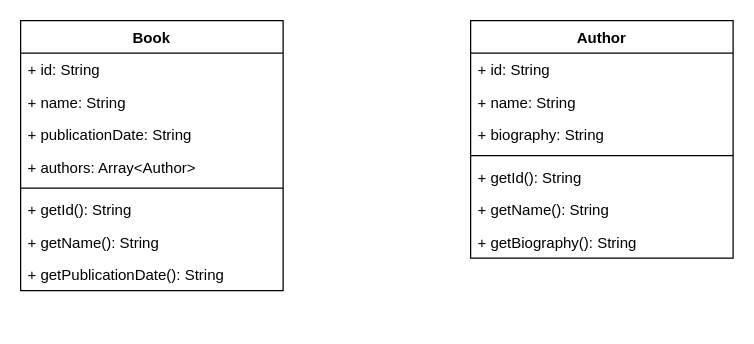
MarcoLopes389/learning-graphql keeps this draw.io diagram as docs/flows/models.drawio. Above is the earlier version. Source tidied: cells renumbered, new cells numbered last; positions are measured from the earlier drawing's top-left corner, leaving out a move shared by most shapes. Both pictures are drawn from the tidied source at 125%, with x=0, y=0 at pixel (20, 20).
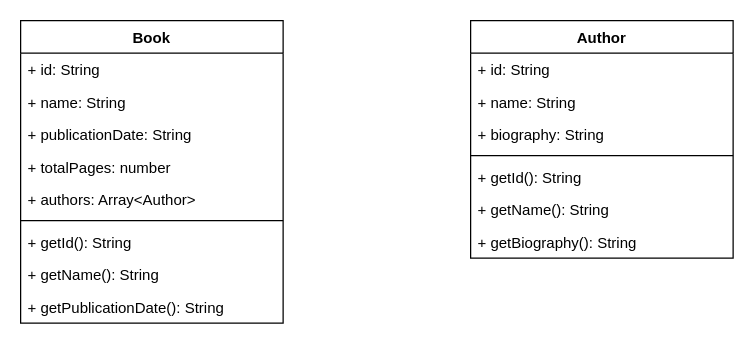
The same diagram, later.

What changed in the source:
```diff
@@
 <mxGraphModel>
   <root>
     <mxCell id="0" />
     <mxCell id="1" parent="0" />
     <mxCell id="2" value="Book" style="swimlane;fontStyle=1;align=center;verticalAlign=top;horizontal=1;startSize=26;" parent="1" vertex="1">
-      <mxGeometry width="210" height="216" as="geometry" />
+      <mxGeometry width="210" height="242" as="geometry" />
     </mxCell>
     <mxCell id="3" value="+ id: String" style="text;strokeColor=none;fillColor=none;align=left;verticalAlign=top;spacingLeft=4;spacingRight=4;overflow=hidden;" parent="2" vertex="1">
       <mxGeometry y="26" width="210" height="26" as="geometry" />
     </mxCell>
     <mxCell id="4" value="+ name: String" style="text;strokeColor=none;fillColor=none;align=left;verticalAlign=top;spacingLeft=4;spacingRight=4;overflow=hidden;" parent="2" vertex="1">
       <mxGeometry y="52" width="210" height="26" as="geometry" />
     </mxCell>
     <mxCell id="5" value="+ publicationDate: String" style="text;strokeColor=none;fillColor=none;align=left;verticalAlign=top;spacingLeft=4;spacingRight=4;overflow=hidden;" parent="2" vertex="1">
       <mxGeometry y="78" width="210" height="26" as="geometry" />
     </mxCell>
+    <mxCell id="19" value="+ totalPages: number" style="text;strokeColor=none;fillColor=none;align=left;verticalAlign=top;spacingLeft=4;spacingRight=4;overflow=hidden;" parent="2" vertex="1">
+      <mxGeometry y="104" width="210" height="26" as="geometry" />
+    </mxCell>
     <mxCell id="6" value="+ authors: Array&lt;Author&gt;" style="text;strokeColor=none;fillColor=none;align=left;verticalAlign=top;spacingLeft=4;spacingRight=4;overflow=hidden;" parent="2" vertex="1">
-      <mxGeometry y="104" width="210" height="26" as="geometry" />
+      <mxGeometry y="130" width="210" height="26" as="geometry" />
     </mxCell>
     <mxCell id="7" style="line;strokeWidth=1;fillColor=none;align=left;verticalAlign=middle;spacingTop=-1;spacingLeft=3;spacingRight=3;labelPosition=right;strokeColor=inherit;" parent="2" vertex="1">
-      <mxGeometry y="130" width="210" height="8" as="geometry" />
+      <mxGeometry y="156" width="210" height="8" as="geometry" />
     </mxCell>
     <mxCell id="8" value="+ getId(): String" style="text;strokeColor=none;fillColor=none;align=left;verticalAlign=top;spacingLeft=4;spacingRight=4;overflow=hidden;" parent="2" vertex="1">
-      <mxGeometry y="138" width="210" height="26" as="geometry" />
+      <mxGeometry y="164" width="210" height="26" as="geometry" />
     </mxCell>
     <mxCell id="9" value="+ getName(): String" style="text;strokeColor=none;fillColor=none;align=left;verticalAlign=top;spacingLeft=4;spacingRight=4;overflow=hidden;" parent="2" vertex="1">
-      <mxGeometry y="164" width="210" height="26" as="geometry" />
+      <mxGeometry y="190" width="210" height="26" as="geometry" />
     </mxCell>
     <mxCell id="10" value="+ getPublicationDate(): String" style="text;strokeColor=none;fillColor=none;align=left;verticalAlign=top;spacingLeft=4;spacingRight=4;overflow=hidden;" parent="2" vertex="1">
-      <mxGeometry y="190" width="210" height="26" as="geometry" />
+      <mxGeometry y="216" width="210" height="26" as="geometry" />
     </mxCell>
     <mxCell id="11" value="Author" style="swimlane;fontStyle=1;align=center;verticalAlign=top;horizontal=1;startSize=26;" parent="1" vertex="1">
       <mxGeometry x="360" width="210" height="190" as="geometry" />
     </mxCell>
     <mxCell id="12" value="+ id: String" style="text;strokeColor=none;fillColor=none;align=left;verticalAlign=top;spacingLeft=4;spacingRight=4;overflow=hidden;" parent="11" vertex="1">
       <mxGeometry y="26" width="210" height="26" as="geometry" />
     </mxCell>
     <mxCell id="13" value="+ name: String" style="text;strokeColor=none;fillColor=none;align=left;verticalAlign=top;spacingLeft=4;spacingRight=4;overflow=hidden;" parent="11" vertex="1">
       <mxGeometry y="52" width="210" height="26" as="geometry" />
     </mxCell>
     <mxCell id="14" value="+ biography: String" style="text;strokeColor=none;fillColor=none;align=left;verticalAlign=top;spacingLeft=4;spacingRight=4;overflow=hidden;" parent="11" vertex="1">
       <mxGeometry y="78" width="210" height="26" as="geometry" />
     </mxCell>
     <mxCell id="15" style="line;strokeWidth=1;fillColor=none;align=left;verticalAlign=middle;spacingTop=-1;spacingLeft=3;spacingRight=3;labelPosition=right;strokeColor=inherit;" parent="11" vertex="1">
       <mxGeometry y="104" width="210" height="8" as="geometry" />
     </mxCell>
     <mxCell id="16" value="+ getId(): String" style="text;strokeColor=none;fillColor=none;align=left;verticalAlign=top;spacingLeft=4;spacingRight=4;overflow=hidden;" parent="11" vertex="1">
       <mxGeometry y="112" width="210" height="26" as="geometry" />
     </mxCell>
     <mxCell id="17" value="+ getName(): String" style="text;strokeColor=none;fillColor=none;align=left;verticalAlign=top;spacingLeft=4;spacingRight=4;overflow=hidden;" parent="11" vertex="1">
       <mxGeometry y="138" width="210" height="26" as="geometry" />
     </mxCell>
     <mxCell id="18" value="+ getBiography(): String" style="text;strokeColor=none;fillColor=none;align=left;verticalAlign=top;spacingLeft=4;spacingRight=4;overflow=hidden;" parent="11" vertex="1">
       <mxGeometry y="164" width="210" height="26" as="geometry" />
     </mxCell>
   </root>
 </mxGraphModel>
```
